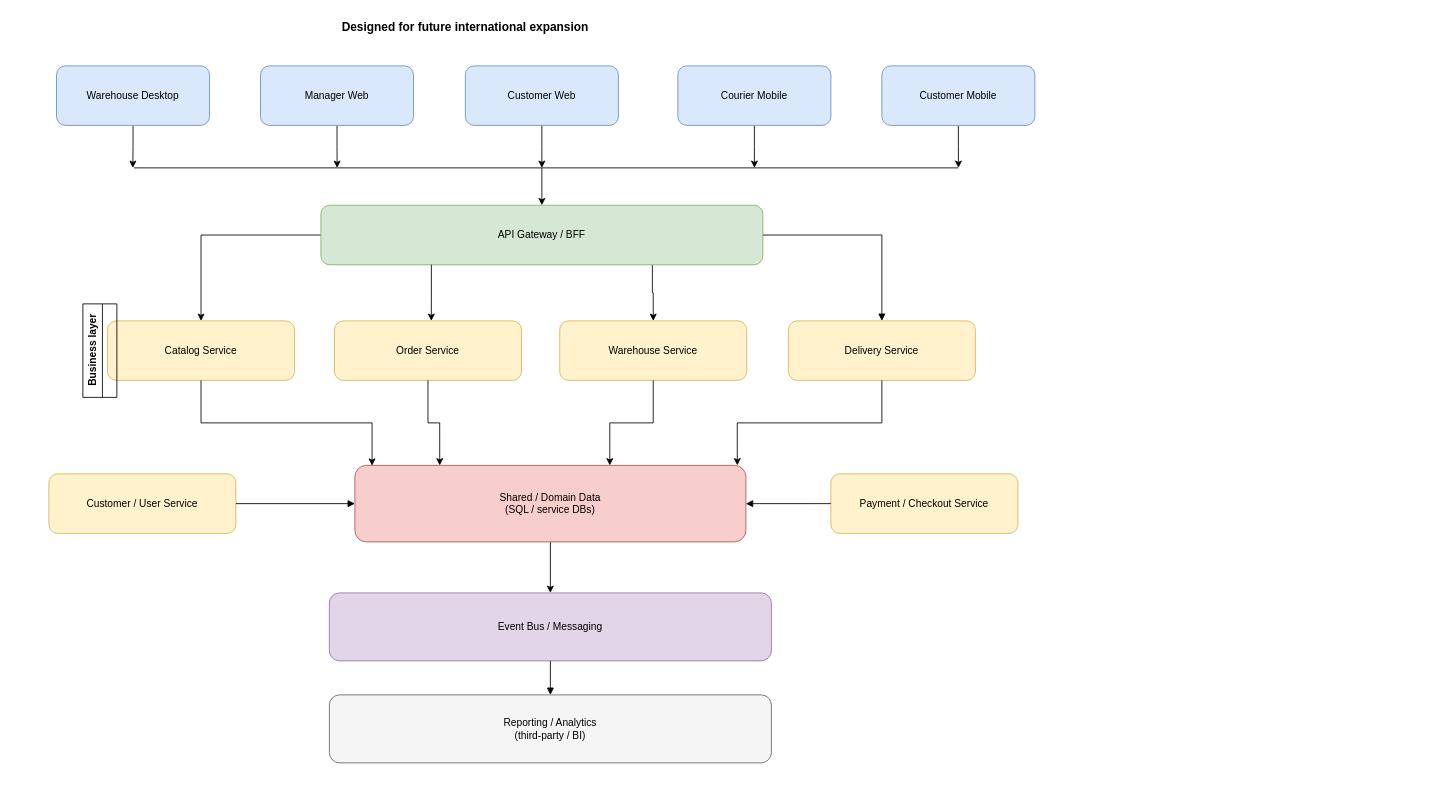
This is 03_arch_styles_and_patterns/images/03-architecture-diagram.drawio from asoliev/DotNetAdv2026Q3, a draw.io file, before an edit. Source tidied: cells renumbered, new cells numbered last; positions are measured from the earlier drawing's top-left corner, leaving out a move shared by most shapes. Both pictures are drawn from the tidied source at 85%, with x=0, y=0 at pixel (48, 14).
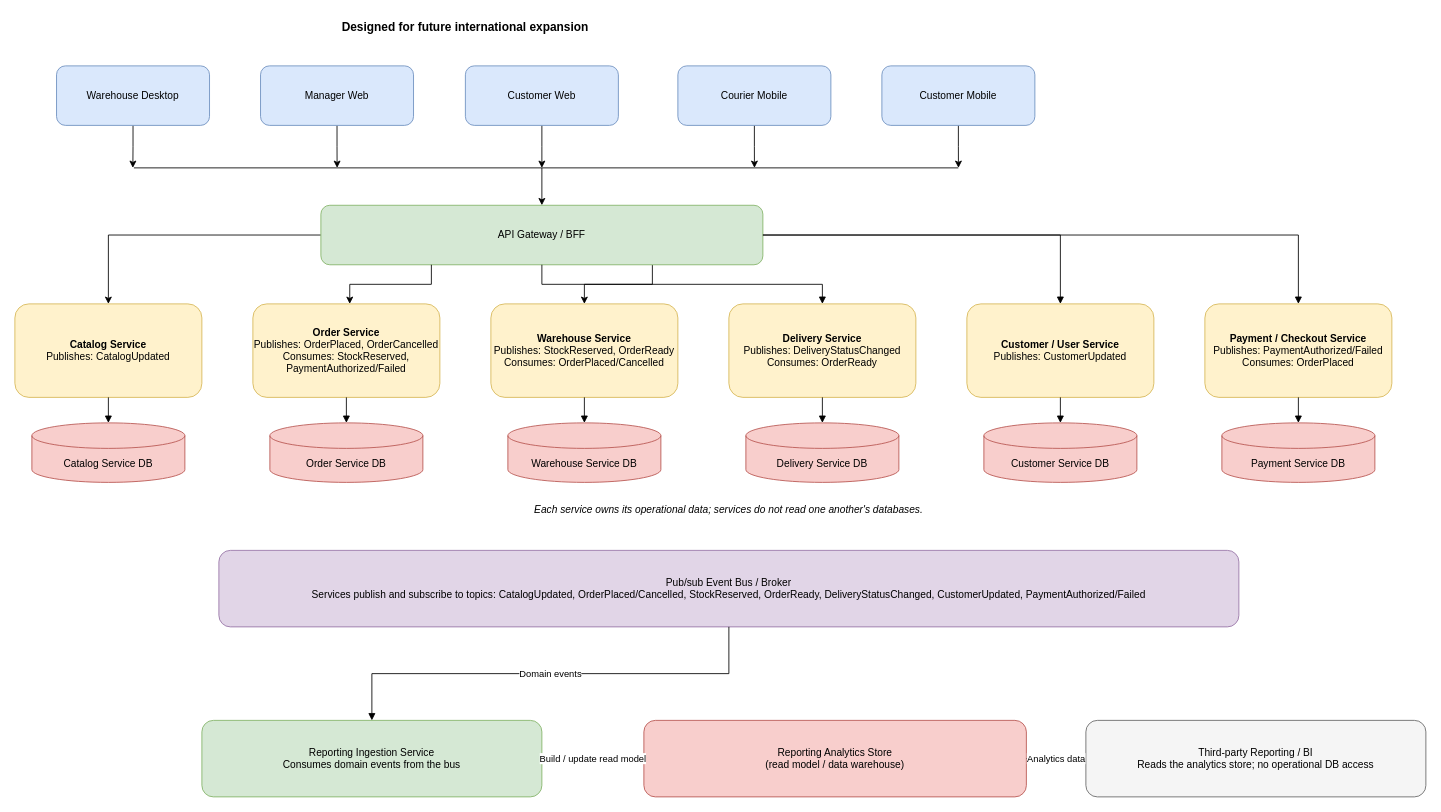
After the change.

Commit message (it also covers changes not shown here):
Enhance architectural documentation and diagrams: update service descriptions, clarify data ownership, and add new architecture diagrams.

The change refers to these unchanged cells:
```xml
<mxCell id="15" value="API Gateway / BFF" style="rounded=1;whiteSpace=wrap;html=1;fillColor=#d5e8d4;strokeColor=#82b366;" parent="1" vertex="1">
  <mxGeometry x="320" y="224" width="520" height="70" as="geometry" />
</mxCell>
```

What changed in the source:
```diff
@@
-    <mxCell id="16" value="Catalog Service" style="rounded=1;whiteSpace=wrap;html=1;fillColor=#fff2cc;strokeColor=#d6b656;" parent="1" vertex="1">
-      <mxGeometry x="69" y="360" width="220" height="70" as="geometry" />
+    <mxCell id="16" value="&lt;b&gt;Catalog Service&lt;/b&gt;&lt;br&gt;Publishes: CatalogUpdated" style="rounded=1;whiteSpace=wrap;html=1;fillColor=#fff2cc;strokeColor=#d6b656;" parent="1" vertex="1">
+      <mxGeometry x="-40" y="340" width="220" height="110" as="geometry" />
     </mxCell>
-    <mxCell id="17" value="Order Service" style="rounded=1;whiteSpace=wrap;html=1;fillColor=#fff2cc;strokeColor=#d6b656;" parent="1" vertex="1">
-      <mxGeometry x="336" y="360" width="220" height="70" as="geometry" />
+    <mxCell id="17" value="&lt;b&gt;Order Service&lt;/b&gt;&lt;br&gt;Publishes: OrderPlaced, OrderCancelled&lt;br&gt;Consumes: StockReserved, PaymentAuthorized/Failed" style="rounded=1;whiteSpace=wrap;html=1;fillColor=#fff2cc;strokeColor=#d6b656;" parent="1" vertex="1">
+      <mxGeometry x="240" y="340" width="220" height="110" as="geometry" />
     </mxCell>
-    <mxCell id="18" value="Warehouse Service" style="rounded=1;whiteSpace=wrap;html=1;fillColor=#fff2cc;strokeColor=#d6b656;" parent="1" vertex="1">
-      <mxGeometry x="601" y="360" width="220" height="70" as="geometry" />
+    <mxCell id="18" value="&lt;b&gt;Warehouse Service&lt;/b&gt;&lt;br&gt;Publishes: StockReserved, OrderReady&lt;br&gt;Consumes: OrderPlaced/Cancelled" style="rounded=1;whiteSpace=wrap;html=1;fillColor=#fff2cc;strokeColor=#d6b656;" parent="1" vertex="1">
+      <mxGeometry x="520" y="340" width="220" height="110" as="geometry" />
     </mxCell>
-    <mxCell id="19" value="Delivery Service" style="rounded=1;whiteSpace=wrap;html=1;fillColor=#fff2cc;strokeColor=#d6b656;" parent="1" vertex="1">
-      <mxGeometry x="870" y="360" width="220" height="70" as="geometry" />
+    <mxCell id="19" value="&lt;b&gt;Delivery Service&lt;/b&gt;&lt;br&gt;Publishes: DeliveryStatusChanged&lt;br&gt;Consumes: OrderReady" style="rounded=1;whiteSpace=wrap;html=1;fillColor=#fff2cc;strokeColor=#d6b656;" parent="1" vertex="1">
+      <mxGeometry x="800" y="340" width="220" height="110" as="geometry" />
     </mxCell>
-    <mxCell id="20" style="edgeStyle=orthogonalEdgeStyle;rounded=0;jettySize=auto;html=1;exitX=0.5;exitY=1;exitDx=0;exitDy=0;entryX=0.5;entryY=0;entryDx=0;entryDy=0;" parent="1" edge="1" source="21" target="22">
-      <mxGeometry relative="1" as="geometry" />
-    </mxCell>
+    <mxCell id="38" value="Reporting Ingestion Service&#10;Consumes domain events from the bus" style="rounded=1;whiteSpace=wrap;html=1;fillColor=#d5e8d4;strokeColor=#82b366;" parent="1" vertex="1">
+      <mxGeometry x="180" y="830" width="400" height="90" as="geometry" />
+    </mxCell>
-    <mxCell id="21" value="Shared / Domain Data&#10;(SQL / service DBs)" style="rounded=1;whiteSpace=wrap;html=1;fillColor=#f8cecc;strokeColor=#b85450;" parent="1" vertex="1">
-      <mxGeometry x="360" y="530" width="460" height="90" as="geometry" />
+    <mxCell id="21" value="Reporting Analytics Store&#10;(read model / data warehouse)" style="rounded=1;whiteSpace=wrap;html=1;fillColor=#f8cecc;strokeColor=#b85450;" parent="1" vertex="1">
+      <mxGeometry x="700" y="830" width="450" height="90" as="geometry" />
     </mxCell>
-    <mxCell id="22" value="Event Bus / Messaging" style="rounded=1;whiteSpace=wrap;html=1;fillColor=#e1d5e7;strokeColor=#9673a6;" parent="1" vertex="1">
-      <mxGeometry x="330" y="680" width="520" height="80" as="geometry" />
+    <mxCell id="22" value="Pub/sub Event Bus / Broker&#10;Services publish and subscribe to topics: CatalogUpdated, OrderPlaced/Cancelled, StockReserved, OrderReady, DeliveryStatusChanged, CustomerUpdated, PaymentAuthorized/Failed" style="rounded=1;whiteSpace=wrap;html=1;fillColor=#e1d5e7;strokeColor=#9673a6;" parent="1" vertex="1">
+      <mxGeometry x="200" y="630" width="1200" height="90" as="geometry" />
     </mxCell>
-    <mxCell id="23" value="Reporting / Analytics&#10;(third-party / BI)" style="rounded=1;whiteSpace=wrap;html=1;fillColor=#f5f5f5;strokeColor=#666666;" parent="1" vertex="1">
-      <mxGeometry x="330" y="800" width="520" height="80" as="geometry" />
+    <mxCell id="23" value="Third-party Reporting / BI&#10;Reads the analytics store; no operational DB access" style="rounded=1;whiteSpace=wrap;html=1;fillColor=#f5f5f5;strokeColor=#666666;" parent="1" vertex="1">
+      <mxGeometry x="1220" y="830" width="400" height="90" as="geometry" />
     </mxCell>
-    <mxCell id="24" value="Customer / User Service" style="rounded=1;whiteSpace=wrap;html=1;fillColor=#fff2cc;strokeColor=#d6b656;" parent="1" vertex="1">
-      <mxGeometry y="540" width="220" height="70" as="geometry" />
+    <mxCell id="24" value="&lt;b&gt;Customer / User Service&lt;/b&gt;&lt;br&gt;Publishes: CustomerUpdated" style="rounded=1;whiteSpace=wrap;html=1;fillColor=#fff2cc;strokeColor=#d6b656;" parent="1" vertex="1">
+      <mxGeometry x="1080" y="340" width="220" height="110" as="geometry" />
     </mxCell>
-    <mxCell id="25" value="Payment / Checkout Service" style="rounded=1;whiteSpace=wrap;html=1;fillColor=#fff2cc;strokeColor=#d6b656;" parent="1" vertex="1">
-      <mxGeometry x="920" y="540" width="220" height="70" as="geometry" />
+    <mxCell id="25" value="&lt;b&gt;Payment / Checkout Service&lt;/b&gt;&lt;br&gt;Publishes: PaymentAuthorized/Failed&lt;br&gt;Consumes: OrderPlaced" style="rounded=1;whiteSpace=wrap;html=1;fillColor=#fff2cc;strokeColor=#d6b656;" parent="1" vertex="1">
+      <mxGeometry x="1360" y="340" width="220" height="110" as="geometry" />
     </mxCell>
@@
-    <mxCell id="28" style="edgeStyle=orthogonalEdgeStyle;rounded=0;jettySize=auto;html=1;endArrow=block;endFill=1;" parent="1" edge="1" source="24" target="21">
-      <mxGeometry relative="1" as="geometry" />
-    </mxCell>
-    <mxCell id="29" style="edgeStyle=orthogonalEdgeStyle;rounded=0;jettySize=auto;html=1;endArrow=block;endFill=1;" parent="1" edge="1" source="25" target="21">
-      <mxGeometry relative="1" as="geometry" />
-    </mxCell>
-    <mxCell id="30" style="edgeStyle=orthogonalEdgeStyle;rounded=0;jettySize=auto;html=1;endArrow=block;endFill=1;" parent="1" edge="1" source="22" target="23">
+    <mxCell id="30" value="Domain events" style="edgeStyle=orthogonalEdgeStyle;rounded=0;jettySize=auto;html=1;endArrow=block;endFill=1;" parent="1" edge="1" source="22" target="38">
       <mxGeometry relative="1" as="geometry" />
     </mxCell>
+    <mxCell id="39" value="Build / update read model" style="edgeStyle=orthogonalEdgeStyle;rounded=0;jettySize=auto;html=1;endArrow=block;endFill=1;" parent="1" edge="1" source="38" target="21">
+      <mxGeometry relative="1" as="geometry" />
+    </mxCell>
+    <mxCell id="40" value="Analytics data" style="edgeStyle=orthogonalEdgeStyle;rounded=0;jettySize=auto;html=1;endArrow=block;endFill=1;" parent="1" edge="1" source="21" target="23">
+      <mxGeometry relative="1" as="geometry" />
+    </mxCell>
@@
-    <mxCell id="33" style="edgeStyle=orthogonalEdgeStyle;rounded=0;jettySize=auto;html=1;exitX=0.5;exitY=1;exitDx=0;exitDy=0;entryX=0.652;entryY=0;entryDx=0;entryDy=0;entryPerimeter=0;" parent="1" edge="1" source="18" target="21">
-      <mxGeometry relative="1" as="geometry" />
-    </mxCell>
-    <mxCell id="34" style="edgeStyle=orthogonalEdgeStyle;rounded=0;jettySize=auto;html=1;exitX=0.5;exitY=1;exitDx=0;exitDy=0;entryX=0.217;entryY=0;entryDx=0;entryDy=0;entryPerimeter=0;" parent="1" edge="1" source="17" target="21">
-      <mxGeometry relative="1" as="geometry" />
-    </mxCell>
-    <mxCell id="35" style="edgeStyle=orthogonalEdgeStyle;rounded=0;jettySize=auto;html=1;exitX=0.5;exitY=1;exitDx=0;exitDy=0;entryX=0.978;entryY=0;entryDx=0;entryDy=0;entryPerimeter=0;" parent="1" edge="1" source="19" target="21">
-      <mxGeometry relative="1" as="geometry" />
-    </mxCell>
-    <mxCell id="36" style="edgeStyle=orthogonalEdgeStyle;rounded=0;jettySize=auto;html=1;exitX=0.5;exitY=1;exitDx=0;exitDy=0;entryX=0.044;entryY=0.004;entryDx=0;entryDy=0;entryPerimeter=0;" parent="1" edge="1" source="16" target="21">
-      <mxGeometry relative="1" as="geometry" />
-    </mxCell>
-    <mxCell id="37" value="Business layer" style="swimlane;horizontal=0;whiteSpace=wrap;html=1;" parent="1" vertex="1" collapsed="1">
-      <mxGeometry x="40" y="340" width="40" height="110" as="geometry" />
-    </mxCell>
+    <mxCell id="41" value="Catalog Service DB" style="shape=cylinder3;whiteSpace=wrap;html=1;boundedLbl=1;backgroundOutline=1;size=15;fillColor=#f8cecc;strokeColor=#b85450;" parent="1" vertex="1">
+      <mxGeometry x="-20" y="480" width="180" height="70" as="geometry" />
+    </mxCell>
+    <mxCell id="42" value="Order Service DB" style="shape=cylinder3;whiteSpace=wrap;html=1;boundedLbl=1;backgroundOutline=1;size=15;fillColor=#f8cecc;strokeColor=#b85450;" parent="1" vertex="1">
+      <mxGeometry x="260" y="480" width="180" height="70" as="geometry" />
+    </mxCell>
+    <mxCell id="43" value="Warehouse Service DB" style="shape=cylinder3;whiteSpace=wrap;html=1;boundedLbl=1;backgroundOutline=1;size=15;fillColor=#f8cecc;strokeColor=#b85450;" parent="1" vertex="1">
+      <mxGeometry x="540" y="480" width="180" height="70" as="geometry" />
+    </mxCell>
+    <mxCell id="44" value="Delivery Service DB" style="shape=cylinder3;whiteSpace=wrap;html=1;boundedLbl=1;backgroundOutline=1;size=15;fillColor=#f8cecc;strokeColor=#b85450;" parent="1" vertex="1">
+      <mxGeometry x="820" y="480" width="180" height="70" as="geometry" />
+    </mxCell>
+    <mxCell id="45" value="Customer Service DB" style="shape=cylinder3;whiteSpace=wrap;html=1;boundedLbl=1;backgroundOutline=1;size=15;fillColor=#f8cecc;strokeColor=#b85450;" parent="1" vertex="1">
+      <mxGeometry x="1100" y="480" width="180" height="70" as="geometry" />
+    </mxCell>
+    <mxCell id="46" value="Payment Service DB" style="shape=cylinder3;whiteSpace=wrap;html=1;boundedLbl=1;backgroundOutline=1;size=15;fillColor=#f8cecc;strokeColor=#b85450;" parent="1" vertex="1">
+      <mxGeometry x="1380" y="480" width="180" height="70" as="geometry" />
+    </mxCell>
+    <mxCell id="47" value="Each service owns its operational data; services do not read one another's databases." style="text;html=1;align=center;verticalAlign=middle;whiteSpace=wrap;fontStyle=2;fontSize=12;" parent="1" vertex="1">
+      <mxGeometry x="400" y="570" width="800" height="26" as="geometry" />
+    </mxCell>
+    <mxCell id="48" style="edgeStyle=orthogonalEdgeStyle;rounded=0;html=1;endArrow=block;endFill=1;" parent="1" edge="1" source="16" target="41">
+      <mxGeometry relative="1" as="geometry" />
+    </mxCell>
+    <mxCell id="49" style="edgeStyle=orthogonalEdgeStyle;rounded=0;html=1;endArrow=block;endFill=1;" parent="1" edge="1" source="17" target="42">
+      <mxGeometry relative="1" as="geometry" />
+    </mxCell>
+    <mxCell id="50" style="edgeStyle=orthogonalEdgeStyle;rounded=0;html=1;endArrow=block;endFill=1;" parent="1" edge="1" source="18" target="43">
+      <mxGeometry relative="1" as="geometry" />
+    </mxCell>
+    <mxCell id="51" style="edgeStyle=orthogonalEdgeStyle;rounded=0;html=1;endArrow=block;endFill=1;" parent="1" edge="1" source="19" target="44">
+      <mxGeometry relative="1" as="geometry" />
+    </mxCell>
+    <mxCell id="52" style="edgeStyle=orthogonalEdgeStyle;rounded=0;html=1;endArrow=block;endFill=1;" parent="1" edge="1" source="24" target="45">
+      <mxGeometry relative="1" as="geometry" />
+    </mxCell>
+    <mxCell id="53" style="edgeStyle=orthogonalEdgeStyle;rounded=0;html=1;endArrow=block;endFill=1;" parent="1" edge="1" source="25" target="46">
+      <mxGeometry relative="1" as="geometry" />
+    </mxCell>
+    <mxCell id="54" style="edgeStyle=orthogonalEdgeStyle;rounded=0;html=1;endArrow=block;endFill=1;" parent="1" edge="1" source="15" target="24">
+      <mxGeometry relative="1" as="geometry" />
+    </mxCell>
+    <mxCell id="55" style="edgeStyle=orthogonalEdgeStyle;rounded=0;html=1;endArrow=block;endFill=1;" parent="1" edge="1" source="15" target="25">
+      <mxGeometry relative="1" as="geometry" />
+    </mxCell>
```
